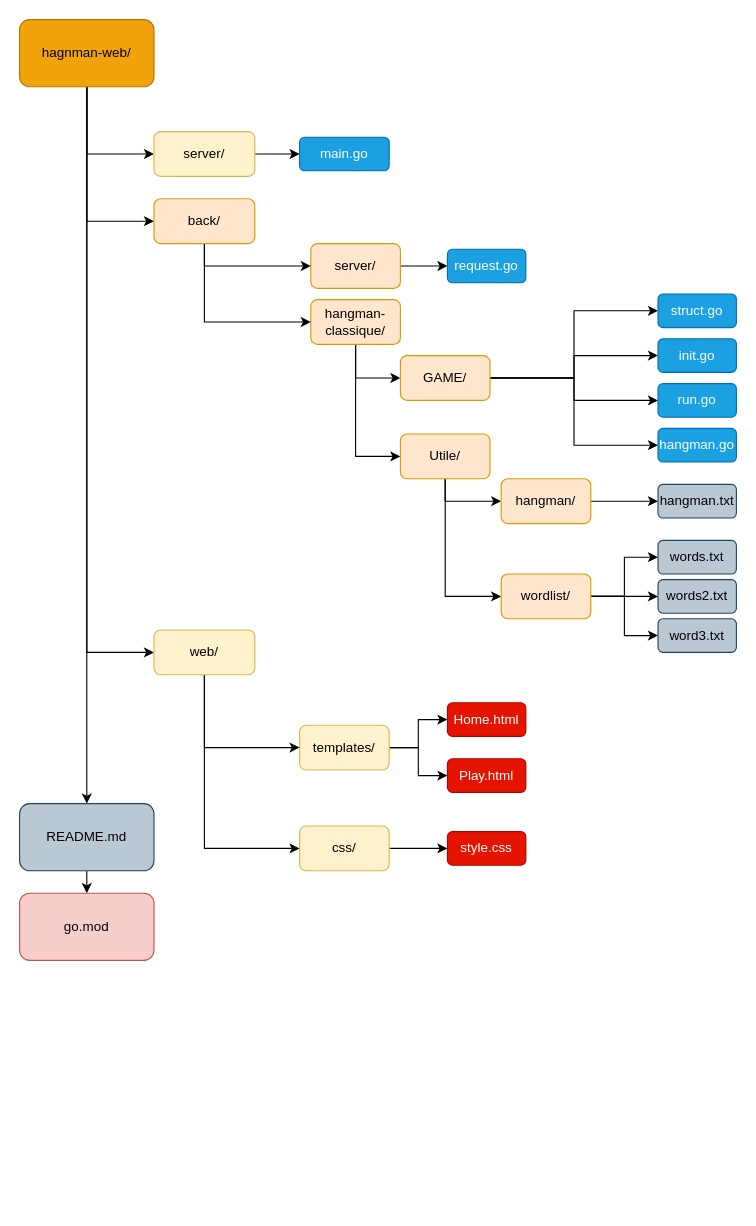
Earlier version of the draw.io diagram ressource/organisationFichier.drawio (jolanallen/hangman-web). Source tidied: cells renumbered, new cells numbered last; positions are measured from the earlier drawing's top-left corner, leaving out a move shared by most shapes. Both pictures are drawn from the tidied source at 112%, with x=0, y=0 at pixel (19, 19).
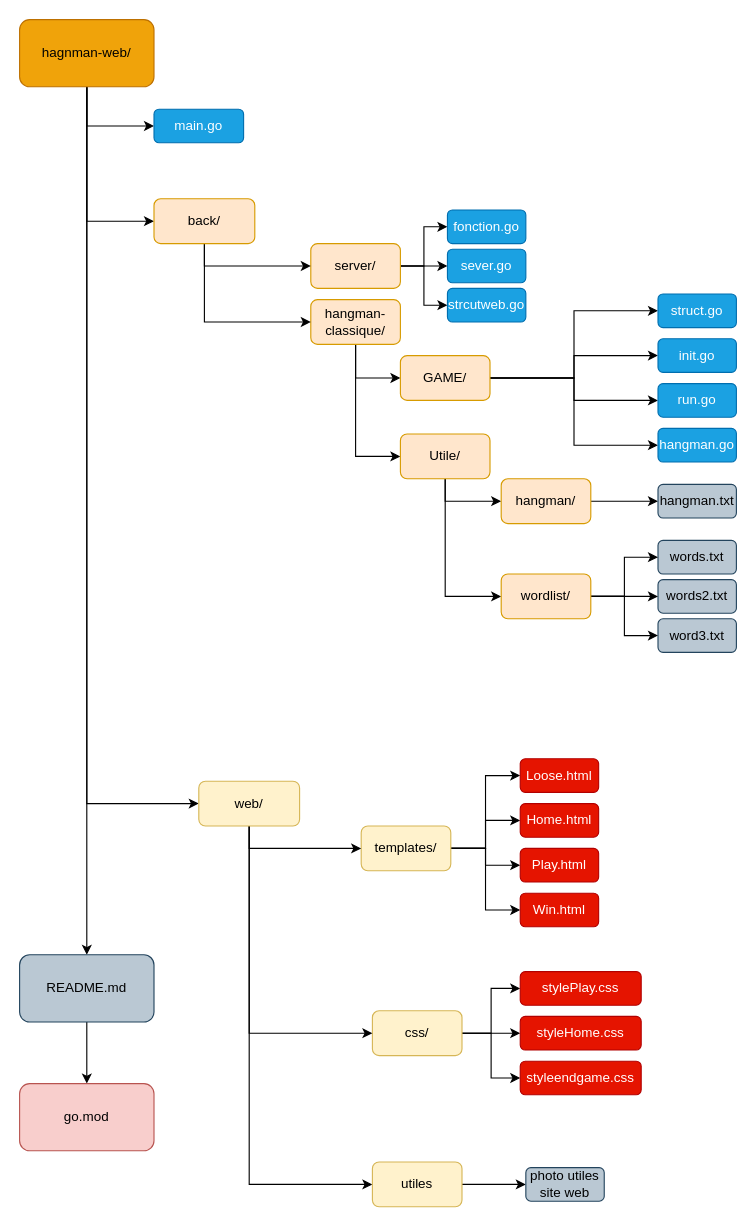
The same page after the edit.

Commit message (it also covers changes not shown here):
organisation ficheir

Unchanged cells that the change refers to:
```xml
<mxCell id="6" value="hagnman-web/" style="rounded=1;whiteSpace=wrap;html=1;fillColor=#f0a30a;strokeColor=#BD7000;fontColor=#000000;" parent="1" vertex="1">
  <mxGeometry width="120" height="60" as="geometry" />
</mxCell>
<mxCell id="21" value="server/" style="rounded=1;whiteSpace=wrap;html=1;fillColor=#ffe6cc;strokeColor=#d79b00;" parent="1" vertex="1">
  <mxGeometry x="260" y="200" width="80" height="40" as="geometry" />
</mxCell>
```

Diff of the diagram source:
```diff
@@
-    <mxCell id="3" style="edgeStyle=orthogonalEdgeStyle;rounded=0;jettySize=auto;html=1;exitX=0.5;exitY=1;exitDx=0;exitDy=0;entryX=0;entryY=0.5;entryDx=0;entryDy=0;" parent="1" edge="1" source="6" target="8">
+    <mxCell id="3" style="edgeStyle=orthogonalEdgeStyle;rounded=0;jettySize=auto;html=1;exitX=0.5;exitY=1;exitDx=0;exitDy=0;entryX=0;entryY=0.5;entryDx=0;entryDy=0;" parent="1" edge="1" source="6" target="28">
       <mxGeometry relative="1" as="geometry" />
     </mxCell>
@@
-    <mxCell id="7" style="edgeStyle=orthogonalEdgeStyle;rounded=0;jettySize=auto;html=1;exitX=1;exitY=0.5;exitDx=0;exitDy=0;entryX=0;entryY=0.5;entryDx=0;entryDy=0;" parent="1" edge="1" source="8" target="28">
-      <mxGeometry relative="1" as="geometry" />
-    </mxCell>
-    <mxCell id="8" value="server/" style="rounded=1;whiteSpace=wrap;html=1;fillColor=#fff2cc;strokeColor=#d6b656;" parent="1" vertex="1">
-      <mxGeometry x="120" y="100" width="90" height="40" as="geometry" />
-    </mxCell>
@@
+    <mxCell id="55" style="edgeStyle=orthogonalEdgeStyle;rounded=0;jettySize=auto;html=1;exitX=1;exitY=0.5;exitDx=0;exitDy=0;entryX=0;entryY=0.5;entryDx=0;entryDy=0;" parent="1" edge="1" source="13" target="67">
+      <mxGeometry relative="1" as="geometry" />
+    </mxCell>
+    <mxCell id="56" style="edgeStyle=orthogonalEdgeStyle;rounded=0;jettySize=auto;html=1;exitX=1;exitY=0.5;exitDx=0;exitDy=0;" parent="1" edge="1" source="13" target="66">
+      <mxGeometry relative="1" as="geometry" />
+    </mxCell>
     <mxCell id="13" value="css/" style="rounded=1;whiteSpace=wrap;html=1;fillColor=#fff2cc;strokeColor=#d6b656;" parent="1" vertex="1">
-      <mxGeometry x="250" y="720" width="80" height="40" as="geometry" />
+      <mxGeometry x="315" y="885" width="80" height="40" as="geometry" />
     </mxCell>
@@
+    <mxCell id="57" style="edgeStyle=orthogonalEdgeStyle;rounded=0;jettySize=auto;html=1;exitX=1;exitY=0.5;exitDx=0;exitDy=0;entryX=0;entryY=0.5;entryDx=0;entryDy=0;" parent="1" edge="1" source="16" target="64">
+      <mxGeometry relative="1" as="geometry" />
+    </mxCell>
+    <mxCell id="58" style="edgeStyle=orthogonalEdgeStyle;rounded=0;jettySize=auto;html=1;exitX=1;exitY=0.5;exitDx=0;exitDy=0;entryX=0;entryY=0.5;entryDx=0;entryDy=0;" parent="1" edge="1" source="16" target="65">
+      <mxGeometry relative="1" as="geometry" />
+    </mxCell>
     <mxCell id="16" value="templates/" style="rounded=1;whiteSpace=wrap;html=1;fillColor=#fff2cc;strokeColor=#d6b656;" parent="1" vertex="1">
-      <mxGeometry x="250" y="630" width="80" height="40" as="geometry" />
+      <mxGeometry x="305" y="720" width="80" height="40" as="geometry" />
     </mxCell>
@@
     <mxCell id="18" value="README.md" style="rounded=1;whiteSpace=wrap;html=1;fillColor=#bac8d3;strokeColor=#23445d;" parent="1" vertex="1">
-      <mxGeometry y="700" width="120" height="60" as="geometry" />
+      <mxGeometry y="835" width="120" height="60" as="geometry" />
     </mxCell>
     <mxCell id="19" value="go.mod" style="rounded=1;whiteSpace=wrap;html=1;fillColor=#f8cecc;strokeColor=#b85450;" parent="1" vertex="1">
-      <mxGeometry y="780" width="120" height="60" as="geometry" />
+      <mxGeometry y="950" width="120" height="60" as="geometry" />
     </mxCell>
@@
+    <mxCell id="59" style="edgeStyle=orthogonalEdgeStyle;rounded=0;jettySize=auto;html=1;exitX=1;exitY=0.5;exitDx=0;exitDy=0;entryX=0;entryY=0.5;entryDx=0;entryDy=0;" parent="1" edge="1" source="21" target="62">
+      <mxGeometry relative="1" as="geometry" />
+    </mxCell>
+    <mxCell id="60" style="edgeStyle=orthogonalEdgeStyle;rounded=0;jettySize=auto;html=1;exitX=1;exitY=0.5;exitDx=0;exitDy=0;entryX=0;entryY=0.5;entryDx=0;entryDy=0;" parent="1" edge="1" source="21" target="63">
+      <mxGeometry relative="1" as="geometry" />
+    </mxCell>
@@
+    <mxCell id="61" style="edgeStyle=orthogonalEdgeStyle;rounded=0;jettySize=auto;html=1;exitX=0.5;exitY=1;exitDx=0;exitDy=0;entryX=0;entryY=0.5;entryDx=0;entryDy=0;" parent="1" edge="1" source="27" target="69">
+      <mxGeometry relative="1" as="geometry" />
+    </mxCell>
     <mxCell id="27" value="web/" style="rounded=1;whiteSpace=wrap;html=1;fillColor=#fff2cc;strokeColor=#d6b656;" parent="1" vertex="1">
-      <mxGeometry x="120" y="545" width="90" height="40" as="geometry" />
+      <mxGeometry x="160" y="680" width="90" height="40" as="geometry" />
     </mxCell>
     <mxCell id="28" value="main.go" style="rounded=1;whiteSpace=wrap;html=1;fillColor=#1ba1e2;strokeColor=#006EAF;fontColor=#ffffff;" parent="1" vertex="1">
-      <mxGeometry x="250" y="105" width="80" height="30" as="geometry" />
+      <mxGeometry x="120" y="80" width="80" height="30" as="geometry" />
     </mxCell>
-    <mxCell id="29" value="request.go" style="rounded=1;whiteSpace=wrap;html=1;fillColor=#1ba1e2;strokeColor=#006EAF;fontColor=#ffffff;" parent="1" vertex="1">
+    <mxCell id="29" value="sever.go" style="rounded=1;whiteSpace=wrap;html=1;fillColor=#1ba1e2;strokeColor=#006EAF;fontColor=#ffffff;" parent="1" vertex="1">
       <mxGeometry x="382" y="205" width="70" height="30" as="geometry" />
     </mxCell>
     <mxCell id="30" value="Home.html" style="rounded=1;whiteSpace=wrap;html=1;fillColor=#e51400;strokeColor=#B20000;fontColor=#ffffff;" parent="1" vertex="1">
-      <mxGeometry x="382" y="610" width="70" height="30" as="geometry" />
+      <mxGeometry x="447" y="700" width="70" height="30" as="geometry" />
     </mxCell>
@@
-    <mxCell id="32" value="style.css" style="rounded=1;whiteSpace=wrap;html=1;fillColor=#e51400;strokeColor=#B20000;fontColor=#ffffff;" parent="1" vertex="1">
-      <mxGeometry x="382" y="725" width="70" height="30" as="geometry" />
+    <mxCell id="32" value="stylePlay.css" style="rounded=1;whiteSpace=wrap;html=1;fillColor=#e51400;strokeColor=#B20000;fontColor=#ffffff;" parent="1" vertex="1">
+      <mxGeometry x="447" y="850" width="108" height="30" as="geometry" />
     </mxCell>
     <mxCell id="33" value="Play.html" style="rounded=1;whiteSpace=wrap;html=1;fillColor=#e51400;strokeColor=#B20000;fontColor=#ffffff;" parent="1" vertex="1">
-      <mxGeometry x="382" y="660" width="70" height="30" as="geometry" />
+      <mxGeometry x="447" y="740" width="70" height="30" as="geometry" />
     </mxCell>
@@
+    <mxCell id="62" value="fonction.go" style="rounded=1;whiteSpace=wrap;html=1;fillColor=#1ba1e2;strokeColor=#006EAF;fontColor=#ffffff;" parent="1" vertex="1">
+      <mxGeometry x="382" y="170" width="70" height="30" as="geometry" />
+    </mxCell>
+    <mxCell id="63" value="strcutweb.go" style="rounded=1;whiteSpace=wrap;html=1;fillColor=#1ba1e2;strokeColor=#006EAF;fontColor=#ffffff;" parent="1" vertex="1">
+      <mxGeometry x="382" y="240" width="70" height="30" as="geometry" />
+    </mxCell>
+    <mxCell id="64" value="Loose.html" style="rounded=1;whiteSpace=wrap;html=1;fillColor=#e51400;strokeColor=#B20000;fontColor=#ffffff;" parent="1" vertex="1">
+      <mxGeometry x="447" y="660" width="70" height="30" as="geometry" />
+    </mxCell>
+    <mxCell id="65" value="Win.html" style="rounded=1;whiteSpace=wrap;html=1;fillColor=#e51400;strokeColor=#B20000;fontColor=#ffffff;" parent="1" vertex="1">
+      <mxGeometry x="447" y="780" width="70" height="30" as="geometry" />
+    </mxCell>
+    <mxCell id="66" value="styleHome.css" style="rounded=1;whiteSpace=wrap;html=1;fillColor=#e51400;strokeColor=#B20000;fontColor=#ffffff;" parent="1" vertex="1">
+      <mxGeometry x="447" y="890" width="108" height="30" as="geometry" />
+    </mxCell>
+    <mxCell id="67" value="styleendgame.css" style="rounded=1;whiteSpace=wrap;html=1;fillColor=#e51400;strokeColor=#B20000;fontColor=#ffffff;" parent="1" vertex="1">
+      <mxGeometry x="447" y="930" width="108" height="30" as="geometry" />
+    </mxCell>
+    <mxCell id="68" style="edgeStyle=orthogonalEdgeStyle;rounded=0;jettySize=auto;html=1;exitX=1;exitY=0.5;exitDx=0;exitDy=0;entryX=0;entryY=0.5;entryDx=0;entryDy=0;" parent="1" edge="1" source="69" target="70">
+      <mxGeometry relative="1" as="geometry" />
+    </mxCell>
+    <mxCell id="69" value="utiles" style="rounded=1;whiteSpace=wrap;html=1;fillColor=#fff2cc;strokeColor=#d6b656;" parent="1" vertex="1">
+      <mxGeometry x="315" y="1020" width="80" height="40" as="geometry" />
+    </mxCell>
+    <mxCell id="70" value="photo utiles site web" style="rounded=1;whiteSpace=wrap;html=1;fillColor=#bac8d3;strokeColor=#23445d;" parent="1" vertex="1">
+      <mxGeometry x="452" y="1025" width="70" height="30" as="geometry" />
+    </mxCell>
```
